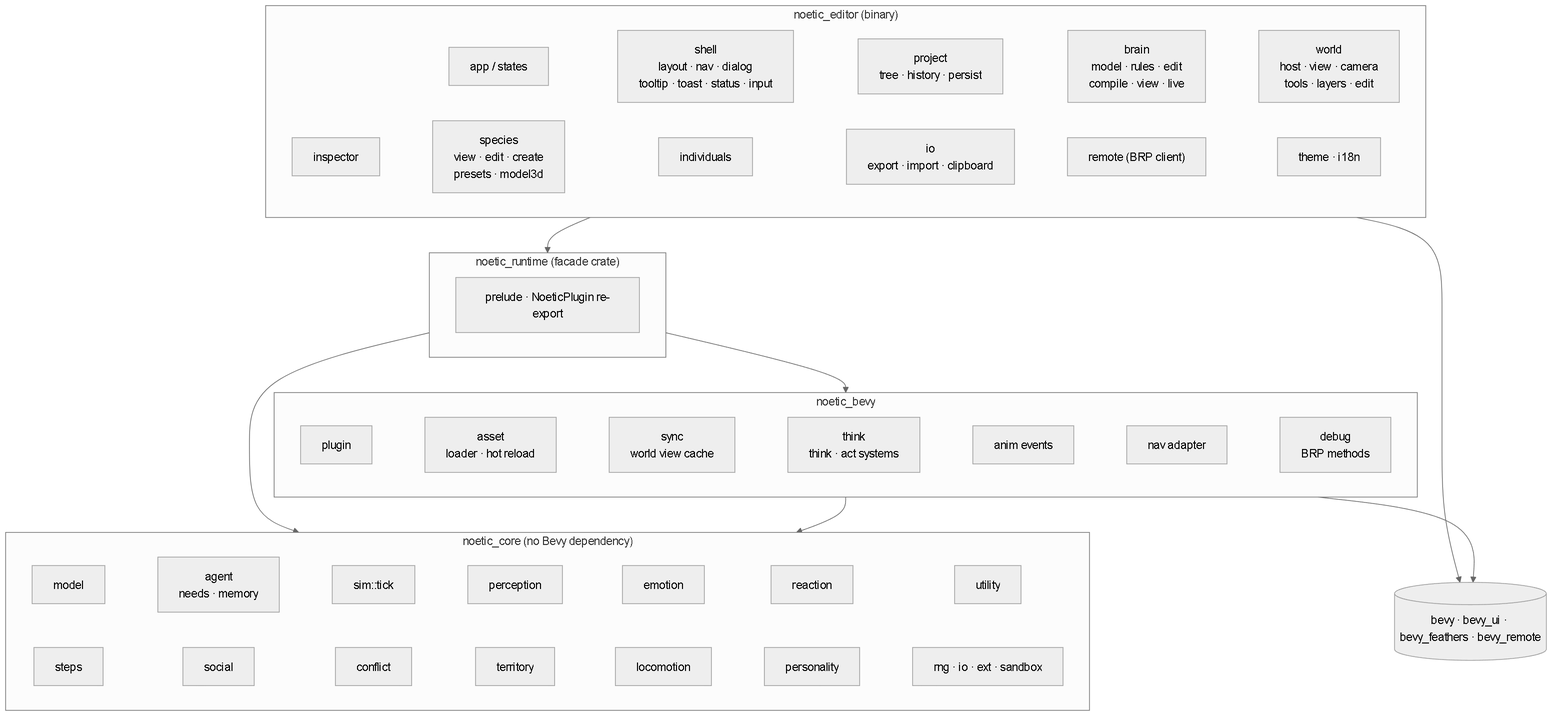
Above: docs/diagrams/modules.png in Heryk13/noetic (Mermaid), before the change. Its source is kept beside it as docs/diagrams/modules.mmd. Its diagram source:
```mermaid
flowchart TB
  subgraph EDITOR["noetic_editor (binary)"]
    direction LR
    E1["app / states"] ~~~ E2["shell<br/>layout · nav · dialog<br/>tooltip · toast · status · input"] ~~~ E3["project<br/>tree · history · persist"] ~~~ E4["brain<br/>model · rules · edit<br/>compile · view · live"] ~~~ E5["world<br/>host · view · camera<br/>tools · layers · edit"]
    E6["inspector"] ~~~ E7["species<br/>view · edit · create<br/>presets · model3d"] ~~~ E8["individuals"] ~~~ E9["io<br/>export · import · clipboard"] ~~~ E10["remote (BRP client)"] ~~~ E11["theme · i18n"]
  end
  subgraph RUNTIME["noetic_runtime (facade crate)"]
    direction LR
    R1["prelude · NoeticPlugin re-export"]
  end
  subgraph BEVY["noetic_bevy"]
    direction LR
    B1["plugin"] ~~~ B2["asset<br/>loader · hot reload"] ~~~ B3["sync<br/>world view cache"] ~~~ B4["think<br/>think · act systems"] ~~~ B5["anim events"] ~~~ B6["nav adapter"] ~~~ B7["debug<br/>BRP methods"]
  end
  subgraph CORE["noetic_core (no Bevy dependency)"]
    direction LR
    C1["model"] ~~~ C2["agent<br/>needs · memory"] ~~~ C3["sim::tick"] ~~~ C4["perception"] ~~~ C5["emotion"] ~~~ C6["reaction"] ~~~ C7["utility"]
    C8["steps"] ~~~ C9["social"] ~~~ C10["conflict"] ~~~ C11["territory"] ~~~ C12["locomotion"] ~~~ C13["personality"] ~~~ C14["rng · io · ext · sandbox"]
  end
  FEATHERS[("bevy · bevy_ui · bevy_feathers · bevy_remote")]
  EDITOR --> RUNTIME
  EDITOR --> FEATHERS
  RUNTIME --> BEVY
  RUNTIME --> CORE
  BEVY --> CORE
  BEVY --> FEATHERS
```
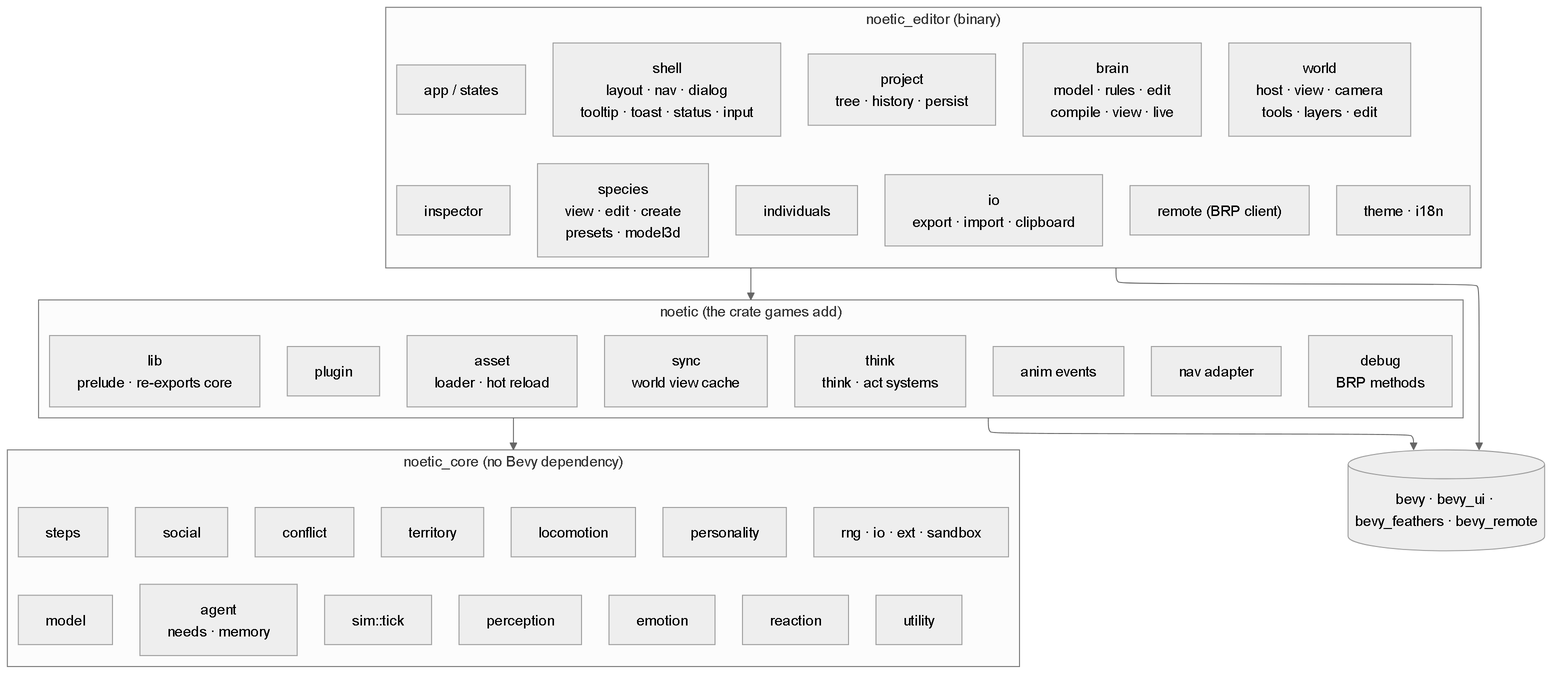
The same file after the commit.

The edit, as a diff of the source:
```diff
@@ -1,16 +1,16 @@
+---
+config:
+  layout: elk
+---
 flowchart TB
   subgraph EDITOR["noetic_editor (binary)"]
     direction LR
     E1["app / states"] ~~~ E2["shell<br/>layout · nav · dialog<br/>tooltip · toast · status · input"] ~~~ E3["project<br/>tree · history · persist"] ~~~ E4["brain<br/>model · rules · edit<br/>compile · view · live"] ~~~ E5["world<br/>host · view · camera<br/>tools · layers · edit"]
     E6["inspector"] ~~~ E7["species<br/>view · edit · create<br/>presets · model3d"] ~~~ E8["individuals"] ~~~ E9["io<br/>export · import · clipboard"] ~~~ E10["remote (BRP client)"] ~~~ E11["theme · i18n"]
   end
-  subgraph RUNTIME["noetic_runtime (facade crate)"]
+  subgraph NOETIC["noetic (the crate games add)"]
     direction LR
-    R1["prelude · NoeticPlugin re-export"]
-  end
-  subgraph BEVY["noetic_bevy"]
-    direction LR
-    B1["plugin"] ~~~ B2["asset<br/>loader · hot reload"] ~~~ B3["sync<br/>world view cache"] ~~~ B4["think<br/>think · act systems"] ~~~ B5["anim events"] ~~~ B6["nav adapter"] ~~~ B7["debug<br/>BRP methods"]
+    B0["lib<br/>prelude · re-exports core"] ~~~ B1["plugin"] ~~~ B2["asset<br/>loader · hot reload"] ~~~ B3["sync<br/>world view cache"] ~~~ B4["think<br/>think · act systems"] ~~~ B5["anim events"] ~~~ B6["nav adapter"] ~~~ B7["debug<br/>BRP methods"]
   end
   subgraph CORE["noetic_core (no Bevy dependency)"]
     direction LR
@@ -18,9 +18,7 @@
     C8["steps"] ~~~ C9["social"] ~~~ C10["conflict"] ~~~ C11["territory"] ~~~ C12["locomotion"] ~~~ C13["personality"] ~~~ C14["rng · io · ext · sandbox"]
   end
   FEATHERS[("bevy · bevy_ui · bevy_feathers · bevy_remote")]
-  EDITOR --> RUNTIME
   EDITOR --> FEATHERS
-  RUNTIME --> BEVY
-  RUNTIME --> CORE
-  BEVY --> CORE
-  BEVY --> FEATHERS
+  NOETIC --> FEATHERS
+  EDITOR --> NOETIC
+  NOETIC --> CORE
```
